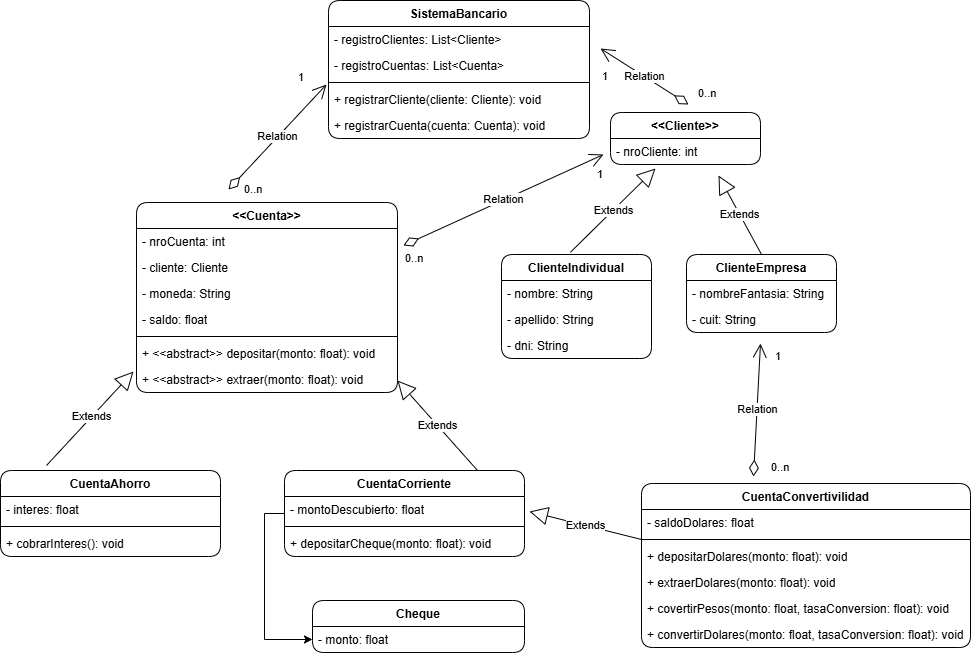
cuervoponce/proyectos keeps this draw.io diagram as java-poo/target/classes/docs/banco.drawio.png. Above is the earlier version. Source tidied: cells renumbered, new cells last; positions are measured from the earlier drawing's top-left corner, leaving out a move shared by most shapes.
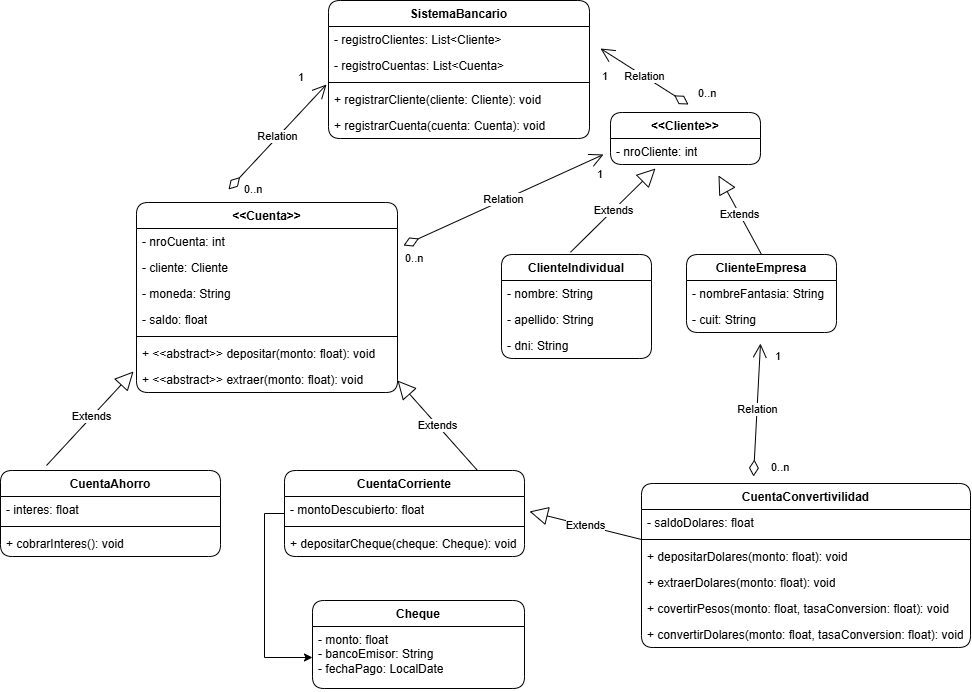
After the change.

Change to the diagram source:
```diff
@@ -71,7 +71,7 @@
     <mxCell id="24" style="line;strokeWidth=1;fillColor=none;align=left;verticalAlign=middle;spacingTop=-1;spacingLeft=3;spacingRight=3;labelPosition=right;strokeColor=inherit;fontColor=light-dark(#000000,#FFFFFF);labelBackgroundColor=light-dark(#FFFFFF,#000000);labelBorderColor=light-dark(#000000,#FFFFFF);rounded=1;" parent="22" vertex="1">
       <mxGeometry y="52" width="240" height="8" as="geometry" />
     </mxCell>
-    <mxCell id="25" value="+ depositarCheque(monto: float): void" style="text;strokeColor=none;fillColor=none;align=left;verticalAlign=top;spacingLeft=4;spacingRight=4;overflow=hidden;whiteSpace=wrap;html=1;fontColor=light-dark(#000000,#FFFFFF);labelBackgroundColor=light-dark(#FFFFFF,#000000);labelBorderColor=none;rounded=1;" parent="22" vertex="1">
+    <mxCell id="25" value="+ depositarCheque(cheque: Cheque): void" style="text;strokeColor=none;fillColor=none;align=left;verticalAlign=top;spacingLeft=4;spacingRight=4;overflow=hidden;whiteSpace=wrap;html=1;fontColor=light-dark(#000000,#FFFFFF);labelBackgroundColor=light-dark(#FFFFFF,#000000);labelBorderColor=none;rounded=1;" parent="22" vertex="1">
       <mxGeometry y="60" width="240" height="26" as="geometry" />
     </mxCell>
     <mxCell id="26" value="Relation" style="endArrow=open;html=1;endSize=12;startArrow=diamondThin;startSize=14;startFill=0;rounded=1;fontColor=light-dark(#000000,#FFFFFF);labelBackgroundColor=light-dark(#FFFFFF,#000000);labelBorderColor=none;" parent="1" edge="1">
@@ -211,10 +211,10 @@
       </mxGeometry>
     </mxCell>
     <mxCell id="58" value="Cheque" style="swimlane;fontStyle=1;align=center;verticalAlign=top;horizontal=1;startSize=26;whiteSpace=wrap;html=1;fontColor=light-dark(#000000,#FFFFFF);labelBackgroundColor=none;labelBorderColor=none;rounded=1;" parent="1" vertex="1">
-      <mxGeometry x="312" y="600" width="212" height="52" as="geometry" />
+      <mxGeometry x="312" y="600" width="212" height="88" as="geometry" />
     </mxCell>
-    <mxCell id="59" value="- monto: float" style="text;strokeColor=none;fillColor=none;align=left;verticalAlign=top;spacingLeft=4;spacingRight=4;overflow=hidden;points=[[0,0.5],[1,0.5]];portConstraint=eastwest;whiteSpace=wrap;html=1;fontColor=light-dark(#000000,#FFFFFF);labelBackgroundColor=light-dark(#FFFFFF,#000000);labelBorderColor=none;rounded=1;" parent="58" vertex="1">
-      <mxGeometry y="26" width="212" height="26" as="geometry" />
+    <mxCell id="59" value="- monto: float&lt;div&gt;- bancoEmisor: String&lt;/div&gt;&lt;div&gt;- fechaPago: LocalDate&lt;/div&gt;" style="text;strokeColor=none;fillColor=none;align=left;verticalAlign=top;spacingLeft=4;spacingRight=4;overflow=hidden;points=[[0,0.5],[1,0.5]];portConstraint=eastwest;whiteSpace=wrap;html=1;fontColor=light-dark(#000000,#FFFFFF);labelBackgroundColor=light-dark(#FFFFFF,#000000);labelBorderColor=none;rounded=1;" parent="58" vertex="1">
+      <mxGeometry y="26" width="212" height="62" as="geometry" />
     </mxCell>
   </root>
 </mxGraphModel>
```
